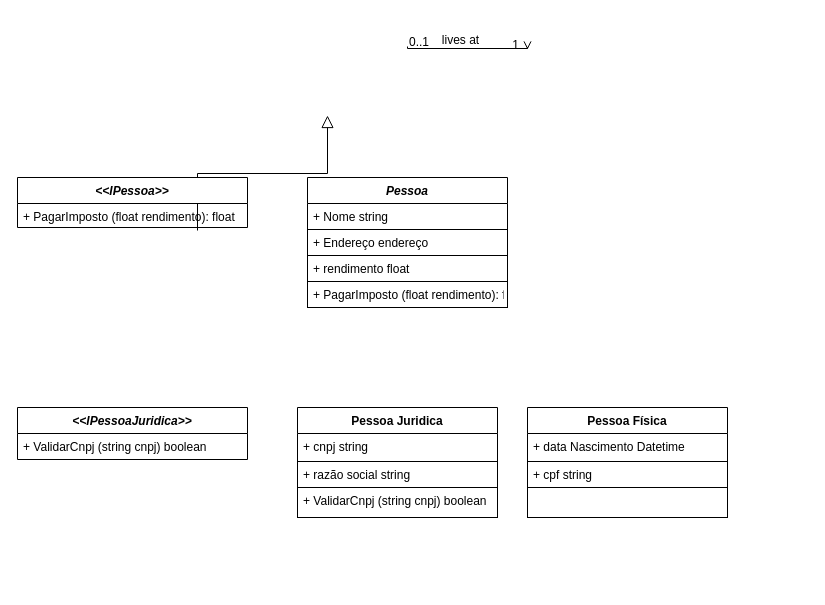
Earlier version of the draw.io diagram Untitled Diagram.drawio (Denisessouza/backend_projeto). Source tidied: cells renumbered, new cells numbered last; positions are measured from the earlier drawing's top-left corner, leaving out a move shared by most shapes. Both pictures are drawn from the tidied source at 100%, with x=0, y=0 at pixel (17, 46).
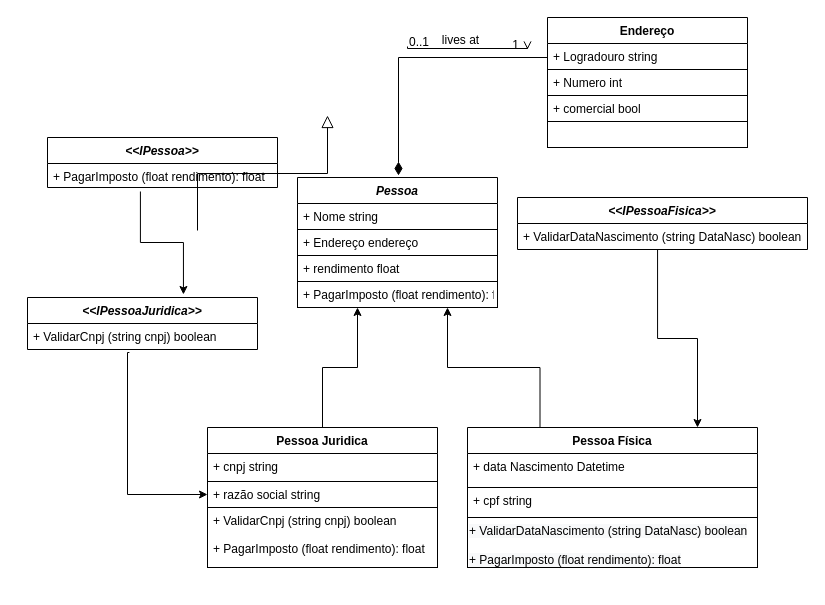
The same diagram, later.

Unchanged cells that the change refers to:
```xml
<mxCell id="8" value="+ PagarImposto (float rendimento): float" style="text;strokeColor=none;fillColor=none;align=left;verticalAlign=top;spacingLeft=4;spacingRight=4;overflow=hidden;points=[[0,0.5],[1,0.5]];portConstraint=eastwest;" parent="7" vertex="1">
  <mxGeometry y="26" width="230" height="24" as="geometry" />
</mxCell>
```

What changed in the source:
```diff
@@
     <mxCell id="7" value="&lt;&lt;IPessoa&gt;&gt;" style="swimlane;fontStyle=3;align=center;verticalAlign=top;horizontal=1;startSize=26;strokeColor=default;" parent="1" vertex="1">
-      <mxGeometry y="131" width="230" height="50" as="geometry" />
+      <mxGeometry x="30" y="91" width="230" height="50" as="geometry" />
     </mxCell>
@@
     <mxCell id="9" style="group;" parent="1" vertex="1">
-      <mxGeometry x="290" y="131" width="200" height="130" as="geometry" />
+      <mxGeometry x="280" y="131" width="200" height="130" as="geometry" />
     </mxCell>
@@
     <mxCell id="15" style="group;" parent="1" vertex="1">
-      <mxGeometry x="280" y="361" width="200" height="110" as="geometry" />
+      <mxGeometry x="190" y="381" width="230" height="140" as="geometry" />
     </mxCell>
     <mxCell id="16" value="Pessoa Juridica" style="swimlane;fontStyle=1;align=center;verticalAlign=top;horizontal=1;startSize=26;" parent="15" vertex="1">
-      <mxGeometry width="200" height="80" as="geometry" />
+      <mxGeometry width="230" height="80" as="geometry" />
     </mxCell>
     <mxCell id="17" value="+ cnpj string" style="text;strokeColor=none;fillColor=none;align=left;verticalAlign=top;spacingLeft=4;spacingRight=4;overflow=hidden;" parent="16" vertex="1">
-      <mxGeometry y="26" width="200" height="28" as="geometry" />
+      <mxGeometry y="26" width="230" height="28" as="geometry" />
     </mxCell>
     <mxCell id="18" value="+ razão social string" style="text;strokeColor=default;fillColor=none;align=left;verticalAlign=top;spacingLeft=4;spacingRight=4;overflow=hidden;points=[[0,0.5],[1,0.5]];portConstraint=eastwest;" parent="16" vertex="1">
-      <mxGeometry y="54" width="200" height="26" as="geometry" />
+      <mxGeometry y="54" width="230" height="26" as="geometry" />
     </mxCell>
-    <mxCell id="19" value="+ ValidarCnpj (string cnpj) boolean" style="text;strokeColor=default;fillColor=none;align=left;verticalAlign=top;spacingLeft=4;spacingRight=4;overflow=hidden;" parent="15" vertex="1">
-      <mxGeometry y="80" width="200" height="30" as="geometry" />
+    <mxCell id="19" value="+ ValidarCnpj (string cnpj) boolean&#10;&#10;+ PagarImposto (float rendimento): float" style="text;strokeColor=default;fillColor=none;align=left;verticalAlign=top;spacingLeft=4;spacingRight=4;overflow=hidden;" parent="15" vertex="1">
+      <mxGeometry y="80" width="230" height="60" as="geometry" />
     </mxCell>
     <mxCell id="20" value="&lt;&lt;IPessoaJuridica&gt;&gt;" style="swimlane;fontStyle=3;align=center;verticalAlign=top;horizontal=1;startSize=26;strokeColor=default;" parent="1" vertex="1">
-      <mxGeometry y="361" width="230" height="52" as="geometry" />
+      <mxGeometry x="10" y="251" width="230" height="52" as="geometry" />
     </mxCell>
@@
     <mxCell id="22" style="group;" parent="1" vertex="1">
-      <mxGeometry x="510" y="361" width="200" height="110" as="geometry" />
+      <mxGeometry x="450" y="381" width="290" height="160" as="geometry" />
     </mxCell>
     <mxCell id="23" value="Pessoa Física" style="swimlane;fontStyle=1;align=center;verticalAlign=top;horizontal=1;startSize=26;" parent="22" vertex="1">
-      <mxGeometry width="200" height="80" as="geometry" />
+      <mxGeometry width="290" height="90" as="geometry" />
     </mxCell>
     <mxCell id="24" value="+ data Nascimento Datetime" style="text;strokeColor=none;fillColor=none;align=left;verticalAlign=top;spacingLeft=4;spacingRight=4;overflow=hidden;" parent="23" vertex="1">
-      <mxGeometry y="26" width="200" height="28" as="geometry" />
+      <mxGeometry y="26" width="290" height="34" as="geometry" />
     </mxCell>
     <mxCell id="25" value="+ cpf string" style="text;strokeColor=default;fillColor=none;align=left;verticalAlign=top;spacingLeft=4;spacingRight=4;overflow=hidden;" parent="23" vertex="1">
-      <mxGeometry y="54" width="200" height="26" as="geometry" />
+      <mxGeometry y="60" width="290" height="30" as="geometry" />
     </mxCell>
-    <mxCell id="26" style="text;strokeColor=default;fillColor=none;align=left;verticalAlign=top;spacingLeft=4;spacingRight=4;overflow=hidden;" parent="22" vertex="1">
-      <mxGeometry y="80" width="200" height="30" as="geometry" />
-    </mxCell>
+    <mxCell id="27" value="&lt;span style=&quot;color: rgb(0, 0, 0); font-family: Helvetica; font-size: 12px; font-style: normal; font-variant-ligatures: normal; font-variant-caps: normal; font-weight: 400; letter-spacing: normal; orphans: 2; text-align: left; text-indent: 0px; text-transform: none; widows: 2; word-spacing: 0px; -webkit-text-stroke-width: 0px; background-color: rgb(248, 249, 250); text-decoration-thickness: initial; text-decoration-style: initial; text-decoration-color: initial; float: none; display: inline !important;&quot;&gt;+ ValidarDataNascimento (string DataNasc) boolean&lt;/span&gt;&lt;br style=&quot;padding: 0px; margin: 0px; color: rgb(0, 0, 0); font-family: Helvetica; font-size: 12px; font-style: normal; font-variant-ligatures: normal; font-variant-caps: normal; font-weight: 400; letter-spacing: normal; orphans: 2; text-align: left; text-indent: 0px; text-transform: none; widows: 2; word-spacing: 0px; -webkit-text-stroke-width: 0px; background-color: rgb(248, 249, 250); text-decoration-thickness: initial; text-decoration-style: initial; text-decoration-color: initial;&quot;&gt;&lt;br style=&quot;padding: 0px; margin: 0px; color: rgb(0, 0, 0); font-family: Helvetica; font-size: 12px; font-style: normal; font-variant-ligatures: normal; font-variant-caps: normal; font-weight: 400; letter-spacing: normal; orphans: 2; text-align: left; text-indent: 0px; text-transform: none; widows: 2; word-spacing: 0px; -webkit-text-stroke-width: 0px; background-color: rgb(248, 249, 250); text-decoration-thickness: initial; text-decoration-style: initial; text-decoration-color: initial;&quot;&gt;&lt;span style=&quot;color: rgb(0, 0, 0); font-family: Helvetica; font-size: 12px; font-style: normal; font-variant-ligatures: normal; font-variant-caps: normal; font-weight: 400; letter-spacing: normal; orphans: 2; text-align: left; text-indent: 0px; text-transform: none; widows: 2; word-spacing: 0px; -webkit-text-stroke-width: 0px; background-color: rgb(248, 249, 250); text-decoration-thickness: initial; text-decoration-style: initial; text-decoration-color: initial; float: none; display: inline !important;&quot;&gt;+ PagarImposto (float rendimento): float&lt;/span&gt;" style="text;whiteSpace=wrap;html=1;strokeColor=default;" parent="22" vertex="1">
+      <mxGeometry y="90" width="290" height="50" as="geometry" />
+    </mxCell>
+    <mxCell id="28" style="edgeStyle=segmentEdgeStyle;endArrow=classic;html=1;rounded=0;exitX=0.443;exitY=1.115;exitDx=0;exitDy=0;exitPerimeter=0;entryX=0;entryY=0.5;entryDx=0;entryDy=0;" parent="1" edge="1" target="18">
+      <mxGeometry relative="1" as="geometry">
+        <mxPoint x="111.9" y="306" as="sourcePoint" />
+        <Array as="points">
+          <mxPoint x="110" y="306" />
+          <mxPoint x="110" y="448" />
+        </Array>
+      </mxGeometry>
+    </mxCell>
+    <mxCell id="29" style="edgeStyle=elbowEdgeStyle;elbow=vertical;endArrow=classic;html=1;rounded=0;exitX=0.25;exitY=0;exitDx=0;exitDy=0;" parent="1" edge="1" source="23">
+      <mxGeometry relative="1" as="geometry">
+        <mxPoint x="430" y="261" as="targetPoint" />
+      </mxGeometry>
+    </mxCell>
+    <mxCell id="30" style="edgeStyle=elbowEdgeStyle;elbow=vertical;endArrow=classic;html=1;rounded=0;exitX=0.5;exitY=0;exitDx=0;exitDy=0;" parent="1" edge="1" source="16">
+      <mxGeometry relative="1" as="geometry">
+        <mxPoint x="340" y="261" as="targetPoint" />
+      </mxGeometry>
+    </mxCell>
+    <mxCell id="31" value="&lt;&lt;IPessoaFisica&gt;&gt;" style="swimlane;fontStyle=3;align=center;verticalAlign=top;horizontal=1;startSize=26;strokeColor=default;" parent="1" vertex="1">
+      <mxGeometry x="500" y="151" width="290" height="52" as="geometry" />
+    </mxCell>
+    <mxCell id="32" value="+ ValidarDataNascimento (string DataNasc) boolean" style="text;strokeColor=none;fillColor=none;align=left;verticalAlign=top;spacingLeft=4;spacingRight=4;overflow=hidden;points=[[0,0.5],[1,0.5]];portConstraint=eastwest;" parent="31" vertex="1">
+      <mxGeometry y="26" width="290" height="26" as="geometry" />
+    </mxCell>
+    <mxCell id="33" style="edgeStyle=elbowEdgeStyle;elbow=vertical;endArrow=classic;html=1;rounded=0;exitX=0.483;exitY=1;exitDx=0;exitDy=0;exitPerimeter=0;" parent="1" edge="1" source="32">
+      <mxGeometry relative="1" as="geometry">
+        <mxPoint x="680" y="381" as="targetPoint" />
+      </mxGeometry>
+    </mxCell>
+    <mxCell id="34" style="edgeStyle=elbowEdgeStyle;elbow=vertical;endArrow=classic;html=1;rounded=0;entryX=0.678;entryY=-0.058;entryDx=0;entryDy=0;entryPerimeter=0;exitX=0.404;exitY=1.167;exitDx=0;exitDy=0;exitPerimeter=0;" parent="1" edge="1" source="8" target="20">
+      <mxGeometry relative="1" as="geometry" />
+    </mxCell>
+    <mxCell id="35" style="group;" parent="1" vertex="1">
+      <mxGeometry x="530" y="-29" width="200" height="130" as="geometry" />
+    </mxCell>
+    <mxCell id="36" value="Endereço" style="swimlane;fontStyle=1;align=center;verticalAlign=top;horizontal=1;startSize=26;" parent="35" vertex="1">
+      <mxGeometry width="200" height="104" as="geometry" />
+    </mxCell>
+    <mxCell id="37" value="+ Logradouro string" style="text;strokeColor=none;fillColor=none;align=left;verticalAlign=top;spacingLeft=4;spacingRight=4;overflow=hidden;" parent="36" vertex="1">
+      <mxGeometry y="26" width="200" height="26" as="geometry" />
+    </mxCell>
+    <mxCell id="38" value="+ Numero int" style="text;strokeColor=default;fillColor=none;align=left;verticalAlign=top;spacingLeft=4;spacingRight=4;overflow=hidden;" parent="36" vertex="1">
+      <mxGeometry y="52" width="200" height="26" as="geometry" />
+    </mxCell>
+    <mxCell id="39" value="+ comercial bool " style="text;strokeColor=default;fillColor=none;align=left;verticalAlign=top;spacingLeft=4;spacingRight=4;overflow=hidden;" parent="36" vertex="1">
+      <mxGeometry y="78" width="200" height="26" as="geometry" />
+    </mxCell>
+    <mxCell id="40" style="text;strokeColor=default;fillColor=none;align=left;verticalAlign=top;spacingLeft=4;spacingRight=4;overflow=hidden;" parent="35" vertex="1">
+      <mxGeometry y="104" width="200" height="26" as="geometry" />
+    </mxCell>
+    <mxCell id="41" style="edgeStyle=segmentEdgeStyle;endArrow=diamondThin;html=1;rounded=0;endFill=1;strokeWidth=1;endSize=11;entryX=0.455;entryY=-0.019;entryDx=0;entryDy=0;entryPerimeter=0;" parent="1" edge="1">
+      <mxGeometry relative="1" as="geometry">
+        <mxPoint x="530" y="11" as="sourcePoint" />
+        <mxPoint x="381" y="129" as="targetPoint" />
+      </mxGeometry>
+    </mxCell>
```
